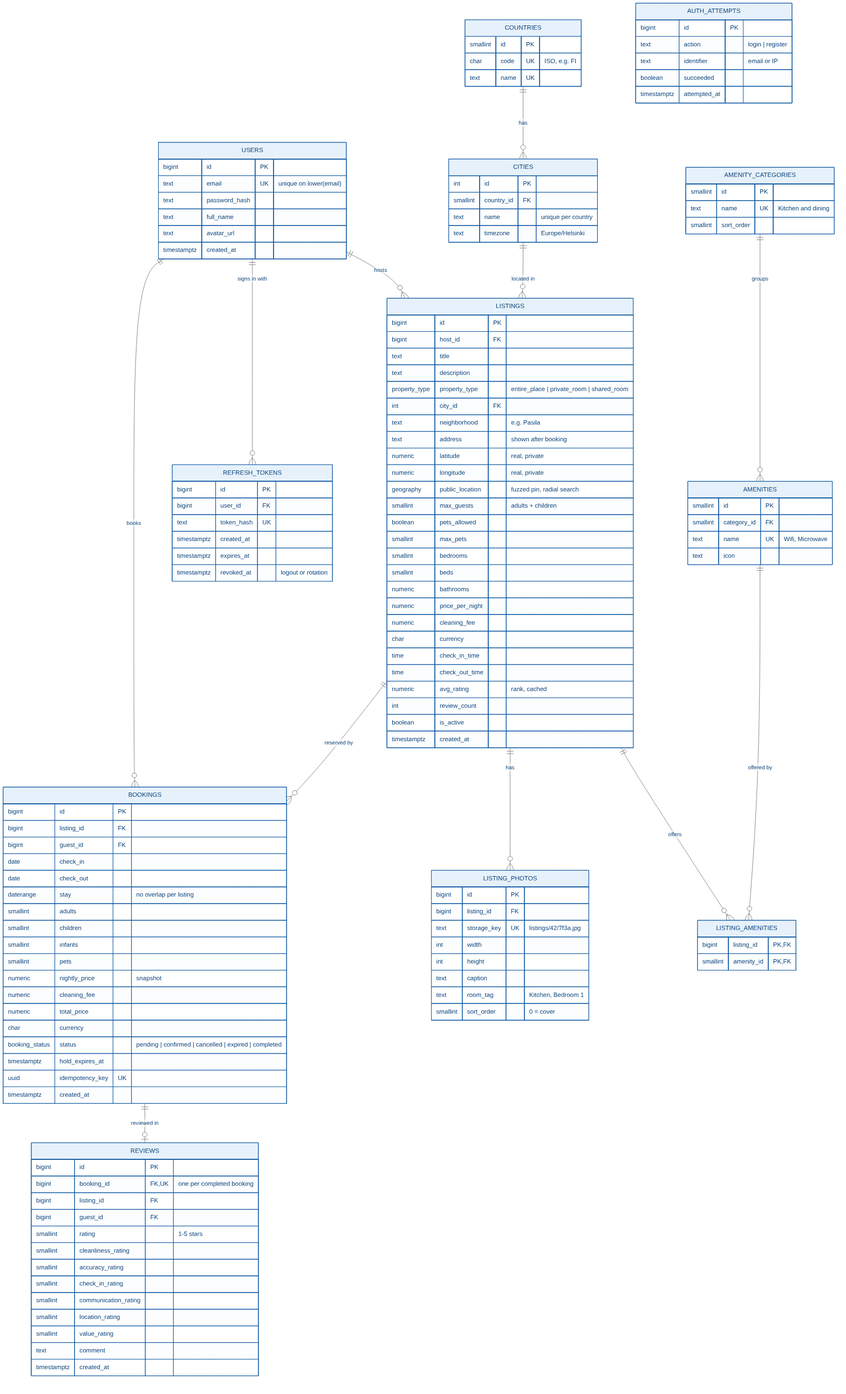
zianazari/Caravansara keeps this Mermaid diagram as db/erd.png. Above is the earlier version. Its source is kept beside it as db/erd.mmd.
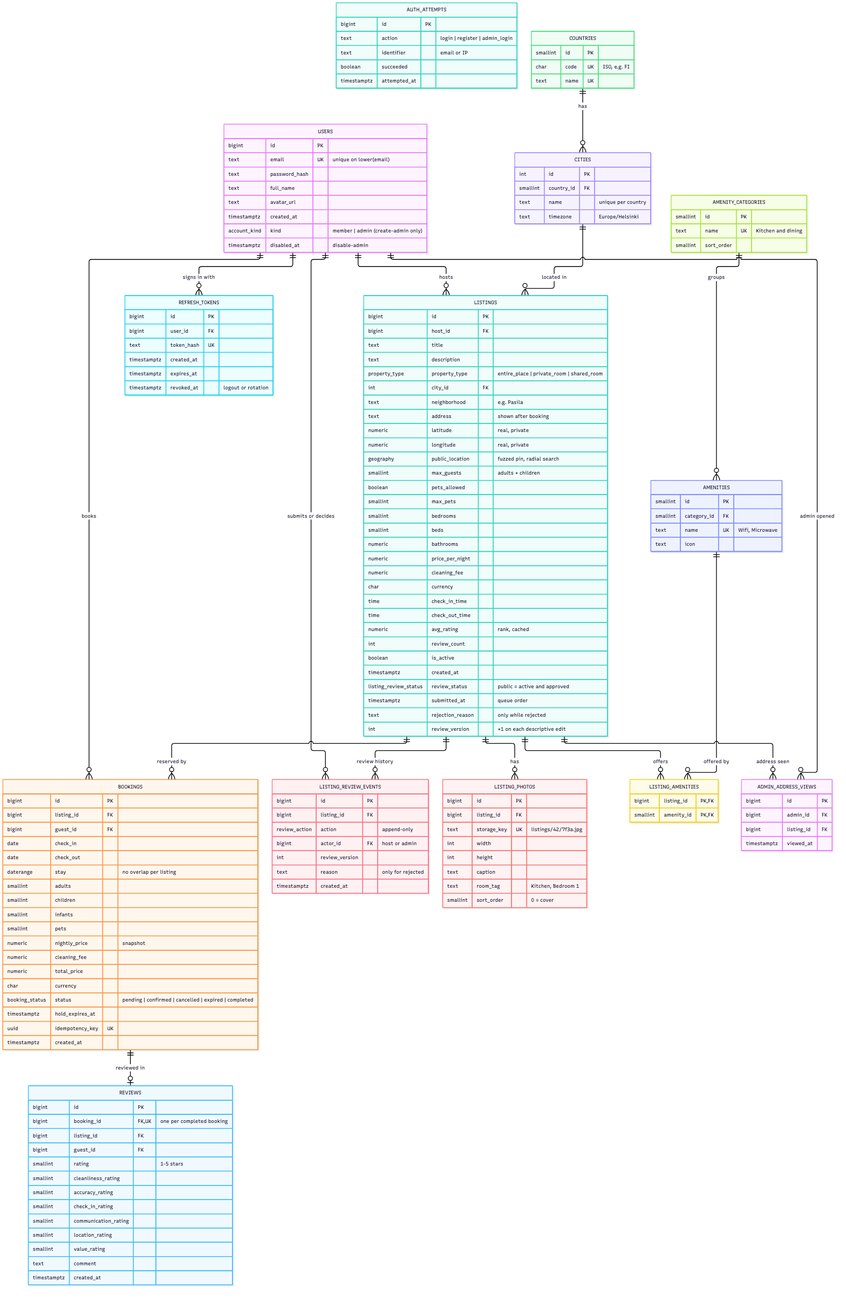
The same diagram one commit later.

Diff of the diagram source:
```diff
@@ -10,6 +10,10 @@
     AMENITY_CATEGORIES ||--o{ AMENITIES : "groups"
     LISTINGS ||--o{ BOOKINGS : "reserved by"
     BOOKINGS ||--o| REVIEWS : "reviewed in"
+    LISTINGS ||--o{ LISTING_REVIEW_EVENTS : "review history"
+    USERS ||--o{ LISTING_REVIEW_EVENTS : "submits or decides"
+    USERS ||--o{ ADMIN_ADDRESS_VIEWS : "admin opened"
+    LISTINGS ||--o{ ADMIN_ADDRESS_VIEWS : "address seen"
 
     USERS {
         bigint id PK
@@ -18,6 +22,8 @@
         text full_name
         text avatar_url
         timestamptz created_at
+        account_kind kind "member | admin (create-admin only)"
+        timestamptz disabled_at "disable-admin"
     }
     REFRESH_TOKENS {
         bigint id PK
@@ -29,7 +35,7 @@
     }
     AUTH_ATTEMPTS {
         bigint id PK
-        text action "login | register"
+        text action "login | register | admin_login"
         text identifier "email or IP"
         boolean succeeded
         timestamptz attempted_at
@@ -72,6 +78,25 @@
         int review_count
         boolean is_active
         timestamptz created_at
+        listing_review_status review_status "public = active and approved"
+        timestamptz submitted_at "queue order"
+        text rejection_reason "only while rejected"
+        int review_version "+1 on each descriptive edit"
+    }
+    LISTING_REVIEW_EVENTS {
+        bigint id PK
+        bigint listing_id FK
+        review_action action "append-only"
+        bigint actor_id FK "host or admin"
+        int review_version
+        text reason "only for rejected"
+        timestamptz created_at
+    }
+    ADMIN_ADDRESS_VIEWS {
+        bigint id PK
+        bigint admin_id FK
+        bigint listing_id FK
+        timestamptz viewed_at
     }
     LISTING_PHOTOS {
         bigint id PK
```
